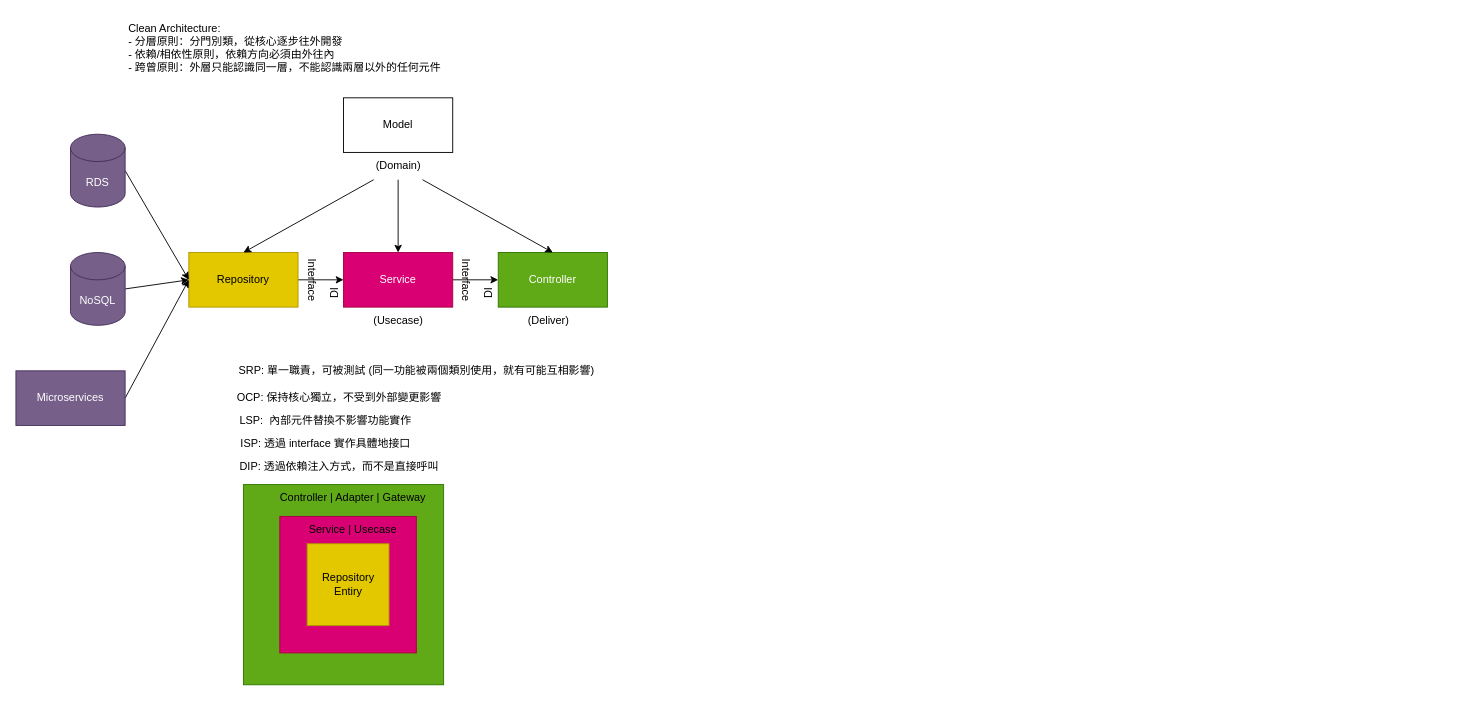
Above: page "第3頁" (3 of 3) of ERD.drawio in adon988/go_api_example (draw.io), before the change. Source tidied: cells renumbered, new cells numbered last; positions are measured from the earlier drawing's top-left corner, leaving out a move shared by most shapes. Both pictures are drawn from the tidied source at 91%, with x=0, y=0 at pixel (15, 15).
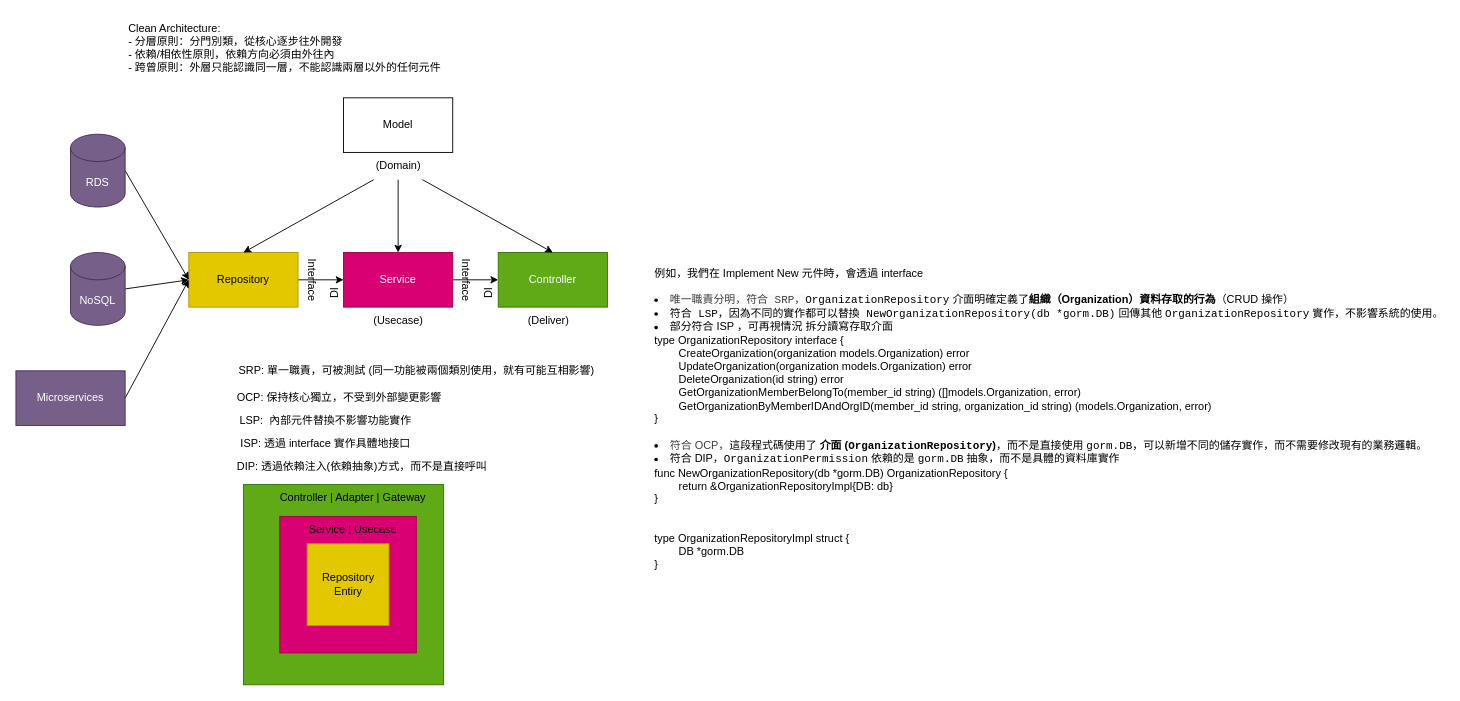
The same page after the edit.

The edit, as a diff of the source:
```diff
@@
-    <mxCell id="32" value="DIP: 透過依賴注入方式，而不是直接呼叫" style="text;html=1;align=center;verticalAlign=middle;strokeColor=none;fillColor=none;" parent="1" vertex="1">
-      <mxGeometry x="235" y="480" width="240" height="30" as="geometry" />
+    <mxCell id="32" value="DIP: 透過依賴注入(依賴抽象)方式，而不是直接呼叫" style="text;html=1;align=center;verticalAlign=middle;strokeColor=none;fillColor=none;" parent="1" vertex="1">
+      <mxGeometry x="230" y="480" width="300" height="30" as="geometry" />
     </mxCell>
@@
+    <mxCell id="36" value="例如，我們在 Implement New 元件時，會透過 interface&amp;nbsp;&lt;br&gt;&lt;br&gt;&lt;div&gt;&lt;li&gt; &lt;code&gt;&lt;span style=&quot;color: rgb(63, 63, 63); background-color: rgb(251, 251, 251);&quot;&gt;唯一職責分明，符合 SRP，&lt;/span&gt;OrganizationRepository&lt;/code&gt; 介面明確定義了&lt;strong&gt;組織（Organization）資料存取的行為&lt;/strong&gt;（CRUD 操作）&lt;/li&gt;&lt;li&gt;&lt;code&gt;符合 LSP，因為不同的實作都可以替換 NewOrganizationRepository(db *gorm.DB)&lt;/code&gt; 回傳其他 &lt;code&gt;OrganizationRepository&lt;/code&gt; 實作，不影響系統的使用。&lt;br&gt;&lt;/li&gt;&lt;li&gt;部分符合 ISP ，可再視情況 拆分讀寫存取介面&lt;/li&gt;&lt;/div&gt;&lt;div&gt;&lt;div&gt;type OrganizationRepository interface {&lt;/div&gt;&lt;div&gt;&lt;span style=&quot;white-space-collapse: collapse;&quot;&gt;&lt;span style=&quot;white-space-collapse: preserve;&quot;&gt;&#9;&lt;/span&gt;CreateOrganization(organization models.Organization) error&lt;/span&gt;&lt;/div&gt;&lt;div&gt;&lt;span style=&quot;white-space-collapse: collapse;&quot;&gt;&lt;span style=&quot;white-space-collapse: preserve;&quot;&gt;&#9;&lt;/span&gt;UpdateOrganization(organization models.Organization) error&lt;/span&gt;&lt;/div&gt;&lt;div&gt;&lt;span style=&quot;white-space-collapse: collapse;&quot;&gt;&lt;span style=&quot;white-space-collapse: preserve;&quot;&gt;&#9;&lt;/span&gt;DeleteOrganization(id string) error&lt;/span&gt;&lt;/div&gt;&lt;div&gt;&lt;span style=&quot;white-space-collapse: collapse;&quot;&gt;&lt;span style=&quot;white-space-collapse: preserve;&quot;&gt;&#9;&lt;/span&gt;GetOrganizationMemberBelongTo(member_id string) ([]models.Organization, error)&lt;/span&gt;&lt;/div&gt;&lt;div&gt;&lt;span style=&quot;white-space-collapse: collapse;&quot;&gt;&lt;span style=&quot;white-space-collapse: preserve;&quot;&gt;&#9;&lt;/span&gt;GetOrganizationByMemberIDAndOrgID(member_id string, organization_id string) (models.Organization, error)&lt;/span&gt;&lt;/div&gt;&lt;div&gt;}&lt;/div&gt;&lt;div&gt;&lt;br&gt;&lt;/div&gt;&lt;div&gt;&lt;li&gt;&lt;span style=&quot;color: rgb(63, 63, 63);&quot;&gt;符合 OCP，&lt;/span&gt;這段程式碼使用了 &lt;strong&gt;介面 (&lt;code&gt;OrganizationRepository&lt;/code&gt;)&lt;/strong&gt;，而不是直接使用 &lt;code&gt;gorm.DB&lt;/code&gt;，可以新增不同的儲存實作，而不需要修改現有的業務邏輯。&lt;/li&gt;&lt;li&gt;符合 DIP，&lt;code&gt;OrganizationPermission&lt;/code&gt; 依賴的是 &lt;code&gt;gorm.DB&lt;/code&gt; 抽象，而不是具體的資料庫實作&lt;/li&gt;&lt;/div&gt;&lt;div&gt;func NewOrganizationRepository(db *gorm.DB) OrganizationRepository {&lt;/div&gt;&lt;div&gt;&lt;span style=&quot;white-space-collapse: collapse;&quot;&gt;&lt;span style=&quot;white-space-collapse: preserve;&quot;&gt;&#9;&lt;/span&gt;return &amp;amp;OrganizationRepositoryImpl{DB: db}&lt;/span&gt;&lt;/div&gt;&lt;div&gt;}&lt;/div&gt;&lt;/div&gt;&lt;div&gt;&lt;br&gt;&lt;/div&gt;&lt;div&gt;&lt;div&gt;&lt;br&gt;&lt;/div&gt;&lt;div&gt;&lt;div&gt;type OrganizationRepositoryImpl struct {&lt;/div&gt;&lt;div&gt;&lt;span style=&quot;white-space-collapse: collapse;&quot;&gt;&lt;span style=&quot;white-space-collapse: preserve;&quot;&gt;&#9;&lt;/span&gt;DB *gorm.DB&lt;/span&gt;&lt;/div&gt;&lt;div&gt;}&lt;/div&gt;&lt;/div&gt;&lt;/div&gt;&lt;div&gt;&lt;br&gt;&lt;/div&gt;" style="text;html=1;align=left;verticalAlign=middle;strokeColor=none;fillColor=none;" parent="1" vertex="1">
+      <mxGeometry x="700" y="255" width="860" height="390" as="geometry" />
+    </mxCell>
```
